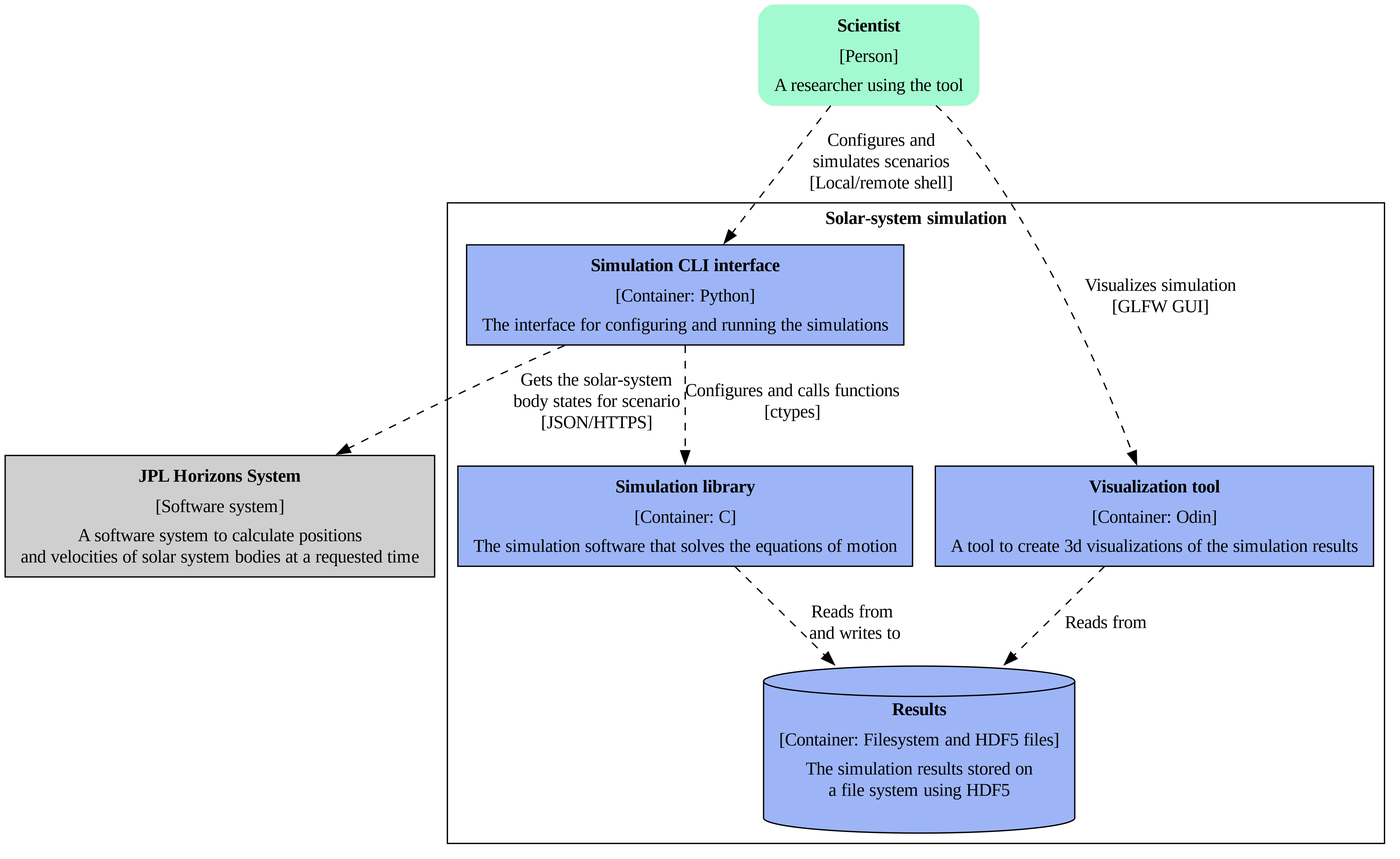
This is static/diagrams/c4_container_example_v2.png from danielk333/phd-course-software-development, a Graphviz export, as it was before one commit. Its source is kept beside it as diagrams/c4_container_example_v2.gv.
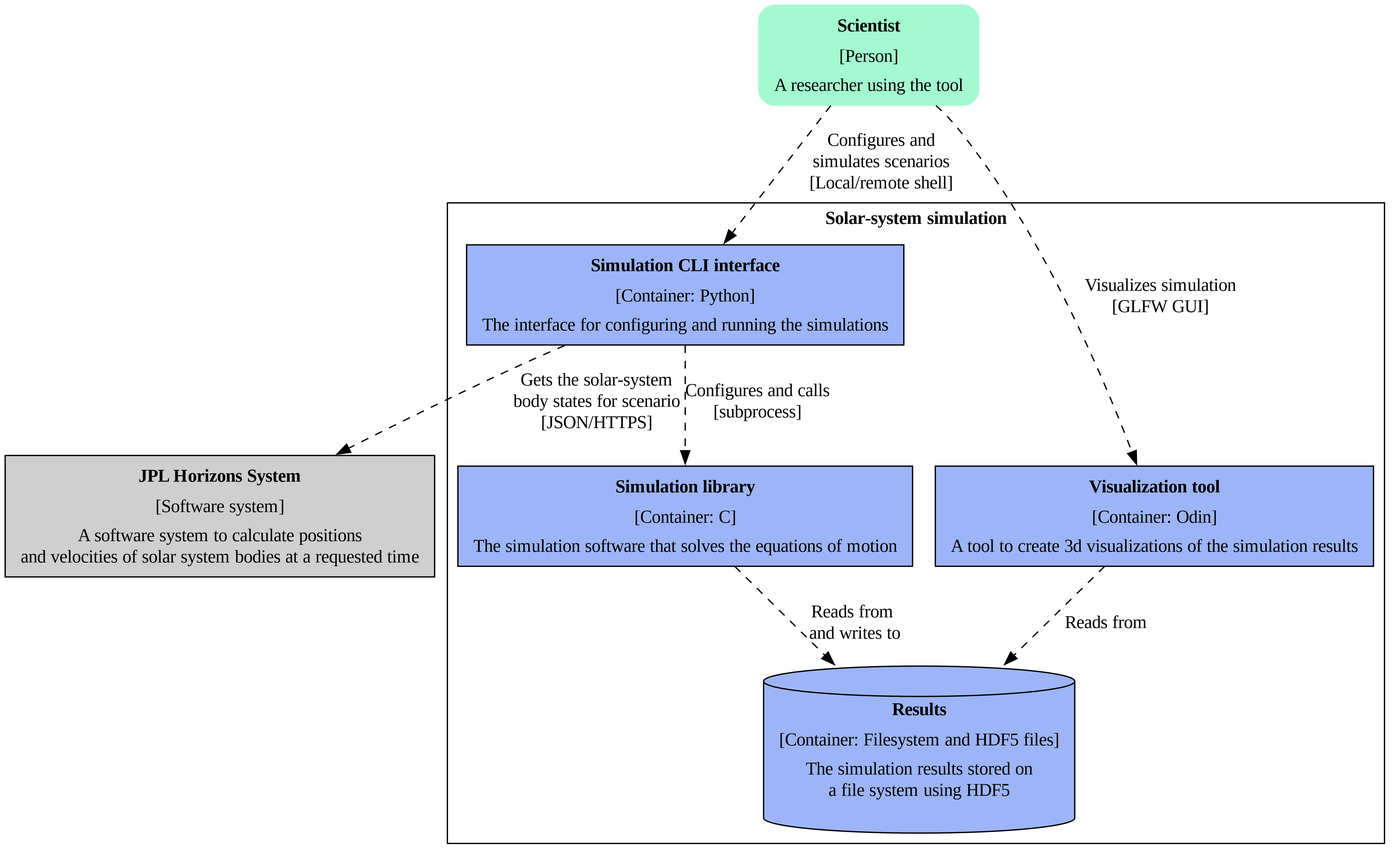
The same diagram one commit later.

The edit, as a diff of the source:
```diff
@@ -79,7 +79,7 @@
     ]
     user -> cli [label="Configures and\nsimulates scenarios\n[Local/remote shell]"]
     cli -> horizons [label="Gets the solar-system\nbody states for scenario\n[JSON/HTTPS]"]
-    cli -> lib [label="Configures and calls functions\n[ctypes]"]
+    cli -> lib [label="Configures and calls\n[subprocess]"]
     lib -> storage [label="Reads from \nand writes to"]
     vis -> storage [label="Reads from"]
     user -> vis [label="Visualizes simulation\n[GLFW GUI]"]
```
